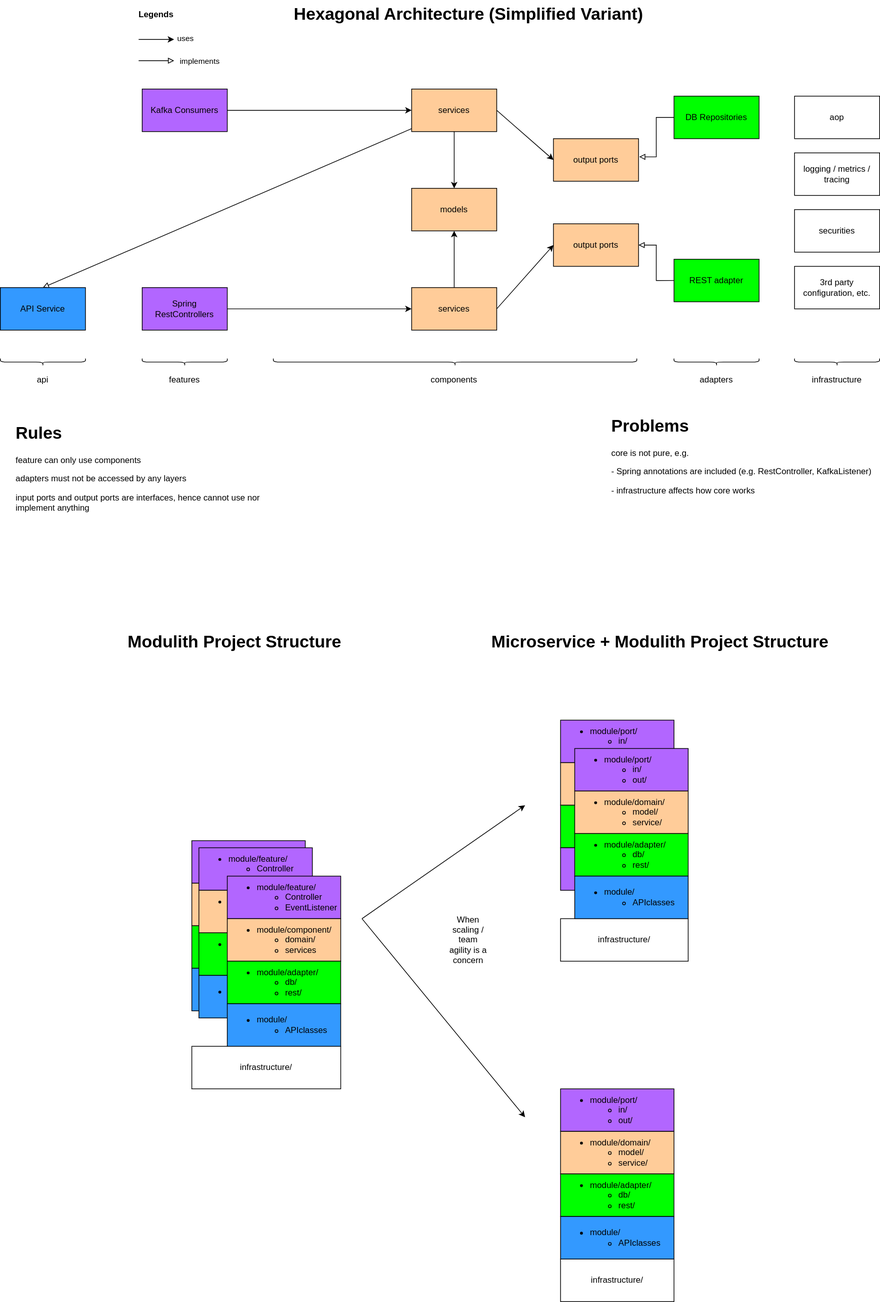
Earlier version of the draw.io export static/hexagonal-architecture-features-and-components-variants.drawio.svg (NosearY/order-management-service-reference-implementation). Source tidied: cells renumbered, new cells last; positions are measured from the earlier drawing's top-left corner, leaving out a move shared by most shapes.
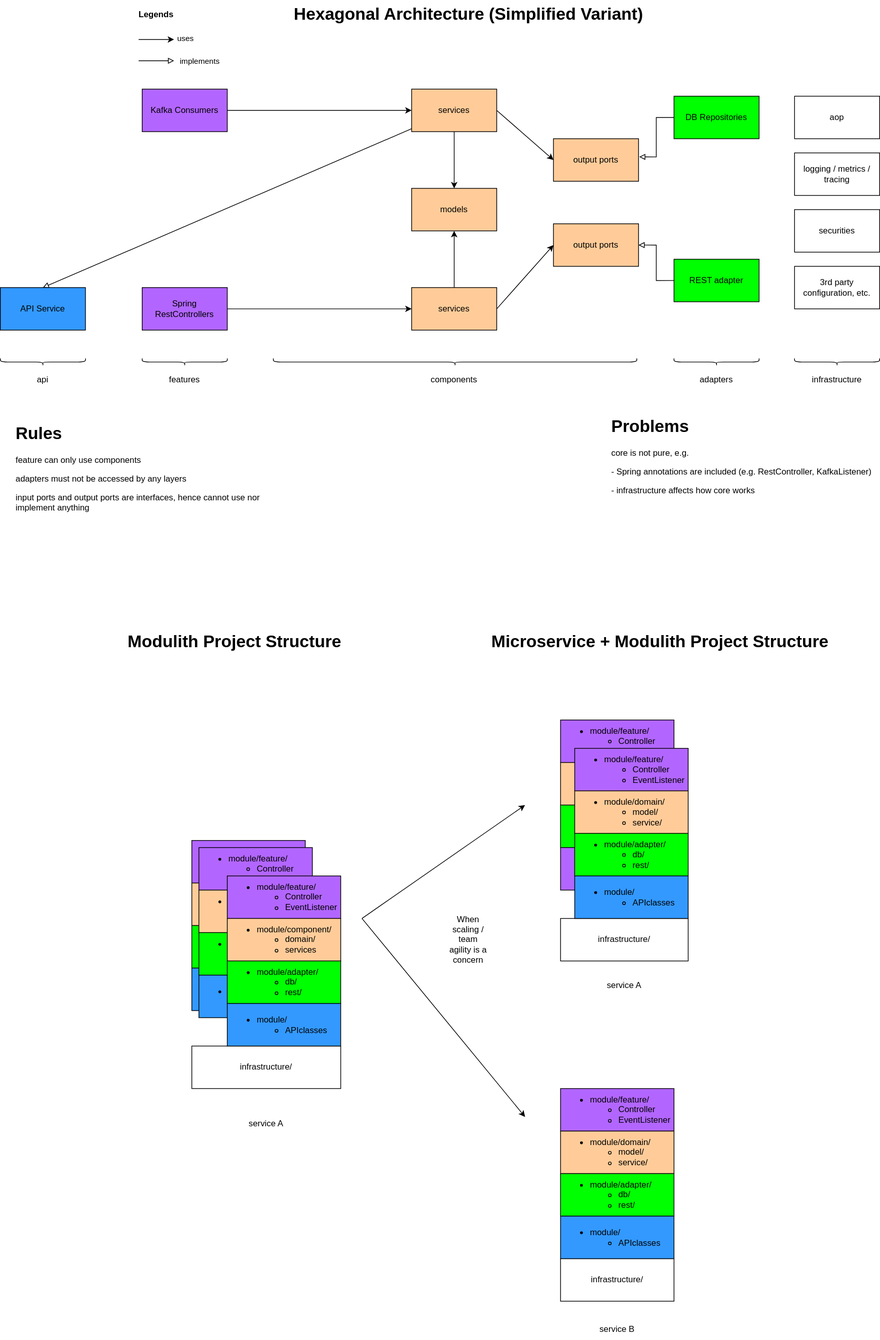
The same diagram one commit later.

What changed in the source:
```diff
@@ -153,7 +153,7 @@
     <mxCell id="48" value="Microservice + Modulith Project Structure" style="text;strokeColor=none;fillColor=none;html=1;fontSize=24;fontStyle=1;verticalAlign=middle;align=center;" parent="1" vertex="1">
       <mxGeometry x="880" y="885" width="100" height="40" as="geometry" />
     </mxCell>
-    <mxCell id="49" value="&lt;ul&gt;&lt;li&gt;module/port/&lt;/li&gt;&lt;ul&gt;&lt;li&gt;in/&lt;/li&gt;&lt;li&gt;out/&lt;/li&gt;&lt;/ul&gt;&lt;/ul&gt;" style="rounded=0;whiteSpace=wrap;html=1;fillColor=#B266FF;align=left;" parent="1" vertex="1">
+    <mxCell id="49" value="&lt;ul&gt;&lt;li&gt;module/feature/&lt;/li&gt;&lt;ul&gt;&lt;li&gt;Controller&lt;/li&gt;&lt;li&gt;EventListener&lt;/li&gt;&lt;/ul&gt;&lt;/ul&gt;" style="rounded=0;whiteSpace=wrap;html=1;fillColor=#B266FF;align=left;" parent="1" vertex="1">
       <mxGeometry x="790" y="1015" width="160" height="60" as="geometry" />
     </mxCell>
     <mxCell id="50" value="&lt;ul&gt;&lt;li&gt;module/domain/&lt;/li&gt;&lt;ul&gt;&lt;li&gt;model/&lt;/li&gt;&lt;li&gt;service/&lt;/li&gt;&lt;/ul&gt;&lt;/ul&gt;" style="rounded=0;whiteSpace=wrap;html=1;fillColor=#FFCC99;align=left;" parent="1" vertex="1">
@@ -165,7 +165,7 @@
     <mxCell id="52" value="&lt;ul&gt;&lt;li&gt;module/&lt;/li&gt;&lt;ul&gt;&lt;li&gt;APIclasses&lt;/li&gt;&lt;/ul&gt;&lt;/ul&gt;" style="rounded=0;whiteSpace=wrap;html=1;fillColor=#B266FF;align=left;" parent="1" vertex="1">
       <mxGeometry x="790" y="1195" width="160" height="60" as="geometry" />
     </mxCell>
-    <mxCell id="53" value="&lt;ul&gt;&lt;li&gt;module/port/&lt;/li&gt;&lt;ul&gt;&lt;li&gt;in/&lt;/li&gt;&lt;li&gt;out/&lt;/li&gt;&lt;/ul&gt;&lt;/ul&gt;" style="rounded=0;whiteSpace=wrap;html=1;fillColor=#B266FF;align=left;" parent="1" vertex="1">
+    <mxCell id="53" value="&lt;ul&gt;&lt;li&gt;module/feature/&lt;/li&gt;&lt;ul&gt;&lt;li&gt;Controller&lt;/li&gt;&lt;li&gt;EventListener&lt;/li&gt;&lt;/ul&gt;&lt;/ul&gt;" style="rounded=0;whiteSpace=wrap;html=1;fillColor=#B266FF;align=left;" parent="1" vertex="1">
       <mxGeometry x="810" y="1055" width="160" height="60" as="geometry" />
     </mxCell>
     <mxCell id="54" value="&lt;ul&gt;&lt;li&gt;module/domain/&lt;/li&gt;&lt;ul&gt;&lt;li&gt;model/&lt;/li&gt;&lt;li&gt;service/&lt;/li&gt;&lt;/ul&gt;&lt;/ul&gt;" style="rounded=0;whiteSpace=wrap;html=1;fillColor=#FFCC99;align=left;" parent="1" vertex="1">
@@ -177,7 +177,7 @@
     <mxCell id="56" value="infrastructure/" style="rounded=0;whiteSpace=wrap;html=1;" parent="1" vertex="1">
       <mxGeometry x="790" y="1295" width="180" height="60" as="geometry" />
     </mxCell>
-    <mxCell id="57" value="&lt;ul&gt;&lt;li&gt;module/port/&lt;/li&gt;&lt;ul&gt;&lt;li&gt;in/&lt;/li&gt;&lt;li&gt;out/&lt;/li&gt;&lt;/ul&gt;&lt;/ul&gt;" style="rounded=0;whiteSpace=wrap;html=1;fillColor=#B266FF;align=left;" parent="1" vertex="1">
+    <mxCell id="57" value="&lt;ul&gt;&lt;li&gt;module/feature/&lt;/li&gt;&lt;ul&gt;&lt;li&gt;Controller&lt;/li&gt;&lt;li&gt;EventListener&lt;/li&gt;&lt;/ul&gt;&lt;/ul&gt;" style="rounded=0;whiteSpace=wrap;html=1;fillColor=#B266FF;align=left;" parent="1" vertex="1">
       <mxGeometry x="790" y="1535" width="160" height="60" as="geometry" />
     </mxCell>
     <mxCell id="58" value="&lt;ul&gt;&lt;li&gt;module/domain/&lt;/li&gt;&lt;ul&gt;&lt;li&gt;model/&lt;/li&gt;&lt;li&gt;service/&lt;/li&gt;&lt;/ul&gt;&lt;/ul&gt;" style="rounded=0;whiteSpace=wrap;html=1;fillColor=#FFCC99;align=left;" parent="1" vertex="1">
@@ -252,5 +252,14 @@
     <mxCell id="79" value="&lt;h1 style=&quot;margin-top: 0px;&quot;&gt;Problems&lt;/h1&gt;&lt;p&gt;core is not pure, e.g.&lt;/p&gt;&lt;p&gt;- Spring annotations are included (e.g. RestController, KafkaListener)&lt;/p&gt;&lt;p&gt;- infrastructure affects how core works&lt;/p&gt;&lt;p&gt;&lt;br&gt;&lt;/p&gt;&lt;p&gt;&lt;br&gt;&lt;/p&gt;" style="text;html=1;whiteSpace=wrap;overflow=hidden;rounded=0;" parent="1" vertex="1">
       <mxGeometry x="860" y="580" width="370" height="160" as="geometry" />
     </mxCell>
+    <mxCell id="80" value="service A" style="text;html=1;align=center;verticalAlign=middle;whiteSpace=wrap;rounded=0;" parent="1" vertex="1">
+      <mxGeometry x="345" y="1570" width="60" height="30" as="geometry" />
+    </mxCell>
+    <mxCell id="81" value="service A" style="text;html=1;align=center;verticalAlign=middle;whiteSpace=wrap;rounded=0;" parent="1" vertex="1">
+      <mxGeometry x="850" y="1375" width="60" height="30" as="geometry" />
+    </mxCell>
+    <mxCell id="82" value="service B" style="text;html=1;align=center;verticalAlign=middle;whiteSpace=wrap;rounded=0;" parent="1" vertex="1">
+      <mxGeometry x="840" y="1860" width="60" height="30" as="geometry" />
+    </mxCell>
   </root>
 </mxGraphModel>
```
